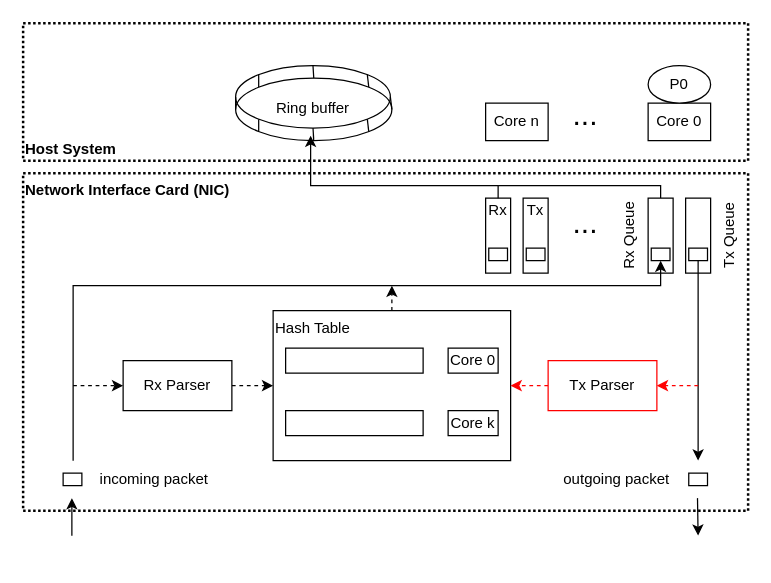
LuyaoZhong/Figures keeps this draw.io diagram as new_FD.drawio. Above is the earlier version. Source tidied: cells renumbered, new cells numbered last; positions are measured from the earlier drawing's top-left corner, leaving out a move shared by most shapes. Both pictures are drawn from the tidied source at 125%, with x=0, y=0 at pixel (22, 22).
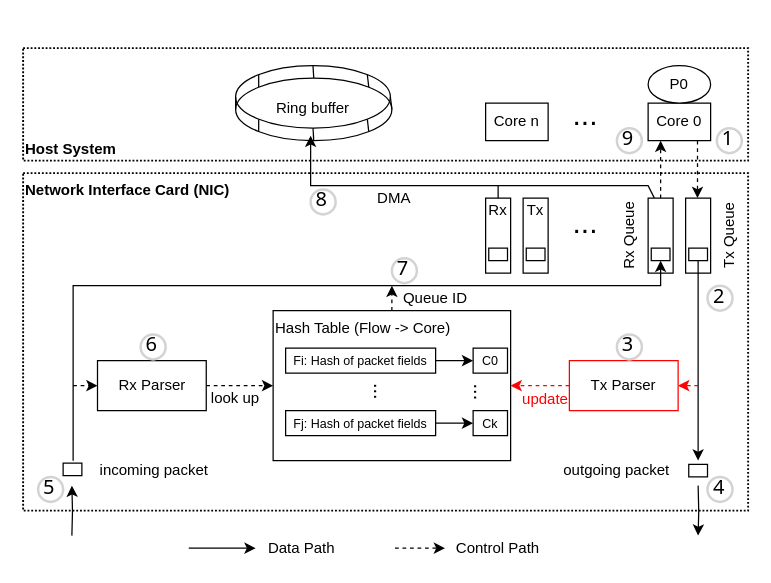
The same page after the edit.

Unchanged cells that the change refers to:
```xml
<mxCell id="8" style="rounded=0;whiteSpace=wrap;html=1;fontStyle=0;" parent="1" vertex="1">
  <mxGeometry x="500" y="140" width="20" height="60" as="geometry" />
</mxCell>
```

What changed in the source:
```diff
@@
-    <mxCell id="2" value="&lt;b&gt;Host System&lt;/b&gt;" style="rounded=0;whiteSpace=wrap;html=1;dashed=1;dashPattern=1 1;strokeWidth=2;fillColor=none;verticalAlign=bottom;align=left;" parent="1" vertex="1">
-      <mxGeometry width="580" height="110" as="geometry" />
+    <mxCell id="2" value="&lt;b&gt;Host System&lt;/b&gt;" style="rounded=0;whiteSpace=wrap;html=1;dashed=1;dashPattern=1 1;strokeWidth=1.5;fillColor=none;verticalAlign=bottom;align=left;" parent="1" vertex="1">
+      <mxGeometry y="20" width="580" height="90" as="geometry" />
     </mxCell>
-    <mxCell id="3" value="&lt;font style=&quot;font-size: 12px&quot;&gt;&lt;b&gt;Network Interface Card (NIC)&lt;/b&gt;&lt;/font&gt;" style="rounded=0;whiteSpace=wrap;html=1;fillColor=none;verticalAlign=top;dashed=1;dashPattern=1 1;strokeWidth=2;align=left;" parent="1" vertex="1">
+    <mxCell id="3" value="&lt;font style=&quot;font-size: 12px&quot;&gt;&lt;b&gt;Network Interface Card (NIC)&lt;/b&gt;&lt;/font&gt;" style="rounded=0;whiteSpace=wrap;html=1;fillColor=none;verticalAlign=top;dashed=1;dashPattern=1 1;strokeWidth=1.5;align=left;" parent="1" vertex="1">
       <mxGeometry y="120" width="580" height="270" as="geometry" />
     </mxCell>
@@
+    <mxCell id="54" style="edgeStyle=none;rounded=0;jettySize=auto;html=1;entryX=0.5;entryY=0;entryDx=0;entryDy=0;fontSize=16;fontColor=#000000;endArrow=classic;endFill=1;strokeColor=#000000;dashed=1;exitX=0.5;exitY=0;exitDx=0;exitDy=0;" parent="1" edge="1" source="8">
+      <mxGeometry relative="1" as="geometry">
+        <mxPoint x="510" y="94" as="targetPoint" />
+      </mxGeometry>
+    </mxCell>
@@
-    <mxCell id="7" style="edgeStyle=none;rounded=0;jettySize=auto;html=1;exitX=0.5;exitY=0;exitDx=0;exitDy=0;endArrow=none;endFill=0;" parent="1" edge="1" source="8">
-      <mxGeometry relative="1" as="geometry">
-        <mxPoint x="380" y="130" as="targetPoint" />
-        <Array as="points">
-          <mxPoint x="510" y="130" />
-        </Array>
-      </mxGeometry>
-    </mxCell>
+    <mxCell id="55" style="edgeStyle=none;rounded=0;jettySize=auto;html=1;exitX=0.25;exitY=0;exitDx=0;exitDy=0;fontSize=16;fontColor=#000000;endArrow=none;endFill=0;strokeColor=#000000;" parent="1" edge="1" source="8">
+      <mxGeometry relative="1" as="geometry">
+        <mxPoint x="380" y="130" as="targetPoint" />
+        <Array as="points">
+          <mxPoint x="500" y="130" />
+        </Array>
+      </mxGeometry>
+    </mxCell>
@@
-    <mxCell id="16" value="Hash Table" style="rounded=0;whiteSpace=wrap;html=1;align=left;verticalAlign=top;fontStyle=0;" parent="1" vertex="1">
+    <mxCell id="16" value="Hash Table (Flow -&amp;gt; Core)" style="rounded=0;whiteSpace=wrap;html=1;align=left;verticalAlign=top;fontStyle=0;" parent="1" vertex="1">
       <mxGeometry x="200" y="230" width="190" height="120" as="geometry" />
     </mxCell>
     <mxCell id="17" style="edgeStyle=orthogonalEdgeStyle;rounded=0;orthogonalLoop=1;jettySize=auto;html=1;" parent="1" edge="1">
       <mxGeometry relative="1" as="geometry">
-        <mxPoint x="539.5" y="380" as="sourcePoint" />
+        <mxPoint x="540" y="370" as="sourcePoint" />
         <mxPoint x="540" y="410" as="targetPoint" />
       </mxGeometry>
     </mxCell>
     <mxCell id="18" style="rounded=0;whiteSpace=wrap;html=1;" parent="1" vertex="1">
-      <mxGeometry x="532.5" y="360" width="15" height="10" as="geometry" />
+      <mxGeometry x="532.5" y="353" width="15" height="10" as="geometry" />
     </mxCell>
@@
     <mxCell id="21" value="Tx Parser" style="rounded=0;whiteSpace=wrap;html=1;strokeColor=#FF0000;fontStyle=0;perimeterSpacing=0;" parent="1" vertex="1">
-      <mxGeometry x="420" y="270" width="87" height="40" as="geometry" />
+      <mxGeometry x="437" y="270" width="87" height="40" as="geometry" />
     </mxCell>
     <mxCell id="22" style="rounded=0;whiteSpace=wrap;html=1;" parent="1" vertex="1">
-      <mxGeometry x="32" y="360" width="15" height="10" as="geometry" />
+      <mxGeometry x="32" y="352" width="15" height="10" as="geometry" />
     </mxCell>
@@
     <mxCell id="25" value="Rx Parser" style="rounded=0;whiteSpace=wrap;html=1;fontStyle=0;" parent="1" vertex="1">
-      <mxGeometry x="80" y="270" width="87" height="40" as="geometry" />
+      <mxGeometry x="59.5" y="270" width="87" height="40" as="geometry" />
     </mxCell>
@@
     <mxCell id="27" style="edgeStyle=orthogonalEdgeStyle;rounded=0;orthogonalLoop=1;jettySize=auto;html=1;" parent="1" edge="1">
       <mxGeometry relative="1" as="geometry">
         <mxPoint x="39" y="410" as="sourcePoint" />
-        <mxPoint x="39" y="380" as="targetPoint" />
+        <mxPoint x="39" y="370" as="targetPoint" />
       </mxGeometry>
     </mxCell>
@@
+    <mxCell id="56" style="edgeStyle=none;rounded=0;jettySize=auto;html=1;exitX=1;exitY=0.5;exitDx=0;exitDy=0;entryX=0;entryY=0.5;entryDx=0;entryDy=0;fontSize=10;endArrow=classic;endFill=1;" parent="1" edge="1" source="48" target="50">
+      <mxGeometry relative="1" as="geometry" />
+    </mxCell>
-    <mxCell id="48" style="rounded=0;whiteSpace=wrap;html=1;strokeWidth=1;fillColor=none;align=center;verticalAlign=middle;" parent="1" vertex="1">
-      <mxGeometry x="210" y="260" width="110" height="20" as="geometry" />
+    <mxCell id="48" value="&lt;font style=&quot;font-size: 10px&quot;&gt;Fi: Hash of packet fields&lt;/font&gt;" style="rounded=0;whiteSpace=wrap;html=1;strokeWidth=1;fillColor=none;align=center;verticalAlign=middle;" parent="1" vertex="1">
+      <mxGeometry x="210" y="260" width="120" height="20" as="geometry" />
     </mxCell>
-    <mxCell id="49" style="rounded=0;whiteSpace=wrap;html=1;strokeWidth=1;fillColor=none;align=center;verticalAlign=middle;" parent="1" vertex="1">
-      <mxGeometry x="210" y="310" width="110" height="20" as="geometry" />
-    </mxCell>
-    <mxCell id="50" value="Core 0" style="rounded=0;whiteSpace=wrap;html=1;strokeWidth=1;fillColor=none;align=center;verticalAlign=middle;" parent="1" vertex="1">
-      <mxGeometry x="340" y="260" width="40" height="20" as="geometry" />
+    <mxCell id="50" value="C0" style="rounded=0;whiteSpace=wrap;html=1;strokeWidth=1;fillColor=none;align=center;verticalAlign=middle;fontSize=10;" parent="1" vertex="1">
+      <mxGeometry x="360" y="260" width="27.5" height="20" as="geometry" />
     </mxCell>
-    <mxCell id="51" value="Core k" style="rounded=0;whiteSpace=wrap;html=1;strokeWidth=1;fillColor=none;align=center;verticalAlign=middle;" parent="1" vertex="1">
-      <mxGeometry x="340" y="310" width="40" height="20" as="geometry" />
+    <mxCell id="51" value="Ck" style="rounded=0;whiteSpace=wrap;html=1;strokeWidth=1;fillColor=none;align=center;verticalAlign=middle;fontSize=10;" parent="1" vertex="1">
+      <mxGeometry x="360" y="310" width="27.5" height="20" as="geometry" />
     </mxCell>
     <mxCell id="52" value="incoming packet" style="text;html=1;strokeColor=none;fillColor=none;align=center;verticalAlign=middle;whiteSpace=wrap;rounded=0;" parent="1" vertex="1">
-      <mxGeometry x="60" y="355" width="90" height="20" as="geometry" />
+      <mxGeometry x="60" y="348" width="90" height="20" as="geometry" />
     </mxCell>
     <mxCell id="53" value="outgoing packet" style="text;html=1;strokeColor=none;fillColor=none;align=center;verticalAlign=middle;whiteSpace=wrap;rounded=0;" parent="1" vertex="1">
-      <mxGeometry x="430" y="355" width="90" height="20" as="geometry" />
+      <mxGeometry x="430" y="348" width="90" height="20" as="geometry" />
     </mxCell>
+    <mxCell id="57" style="edgeStyle=none;rounded=0;jettySize=auto;html=1;exitX=1;exitY=0.5;exitDx=0;exitDy=0;entryX=0;entryY=0.5;entryDx=0;entryDy=0;fontSize=10;endArrow=classic;endFill=1;strokeColor=#000000;" parent="1" edge="1" source="58" target="51">
+      <mxGeometry relative="1" as="geometry" />
+    </mxCell>
+    <mxCell id="58" value="&lt;font style=&quot;font-size: 10px&quot;&gt;Fj: Hash of packet fields&lt;/font&gt;" style="rounded=0;whiteSpace=wrap;html=1;strokeWidth=1;fillColor=none;align=center;verticalAlign=middle;" parent="1" vertex="1">
+      <mxGeometry x="210" y="310" width="120" height="20" as="geometry" />
+    </mxCell>
+    <mxCell id="59" value="&lt;font style=&quot;font-size: 16px;&quot;&gt;...&lt;/font&gt;" style="text;html=1;strokeColor=none;fillColor=none;align=center;verticalAlign=middle;whiteSpace=wrap;rounded=0;rotation=90;fontSize=16;" parent="1" vertex="1">
+      <mxGeometry x="267" y="285" width="40" height="20" as="geometry" />
+    </mxCell>
+    <mxCell id="60" value="&lt;font style=&quot;font-size: 16px;&quot;&gt;...&lt;/font&gt;" style="text;html=1;strokeColor=none;fillColor=none;align=center;verticalAlign=middle;whiteSpace=wrap;rounded=0;rotation=90;fontSize=16;" parent="1" vertex="1">
+      <mxGeometry x="347.5" y="285" width="40" height="20" as="geometry" />
+    </mxCell>
+    <mxCell id="61" value="1" style="ellipse;whiteSpace=wrap;html=1;strokeWidth=2;fontFamily=Tahoma;spacingBottom=4;spacingRight=2;strokeColor=#d3d3d3;fontSize=16;fillColor=none;align=center;verticalAlign=middle;" parent="1" vertex="1">
+      <mxGeometry x="555" y="84" width="20" height="20" as="geometry" />
+    </mxCell>
+    <mxCell id="62" value="2" style="ellipse;whiteSpace=wrap;html=1;strokeWidth=2;fontFamily=Tahoma;spacingBottom=4;spacingRight=2;strokeColor=#d3d3d3;fontSize=16;fillColor=none;align=center;verticalAlign=middle;" parent="1" vertex="1">
+      <mxGeometry x="547.5" y="210" width="20" height="20" as="geometry" />
+    </mxCell>
+    <mxCell id="63" value="4" style="ellipse;whiteSpace=wrap;html=1;strokeWidth=2;fontFamily=Tahoma;spacingBottom=4;spacingRight=2;strokeColor=#d3d3d3;fontSize=16;fillColor=none;align=center;verticalAlign=middle;" parent="1" vertex="1">
+      <mxGeometry x="547.5" y="363" width="20" height="20" as="geometry" />
+    </mxCell>
+    <mxCell id="64" value="5" style="ellipse;whiteSpace=wrap;html=1;strokeWidth=2;fontFamily=Tahoma;spacingBottom=4;spacingRight=2;strokeColor=#d3d3d3;fontSize=16;fillColor=none;align=center;verticalAlign=middle;" parent="1" vertex="1">
+      <mxGeometry x="12" y="363" width="20" height="20" as="geometry" />
+    </mxCell>
+    <mxCell id="65" value="6" style="ellipse;whiteSpace=wrap;html=1;strokeWidth=2;fontFamily=Tahoma;spacingBottom=4;spacingRight=2;strokeColor=#d3d3d3;fontSize=16;fillColor=none;align=center;verticalAlign=middle;" parent="1" vertex="1">
+      <mxGeometry x="94" y="249" width="20" height="20" as="geometry" />
+    </mxCell>
+    <mxCell id="66" value="7" style="ellipse;whiteSpace=wrap;html=1;strokeWidth=2;fontFamily=Tahoma;spacingBottom=4;spacingRight=2;strokeColor=#d3d3d3;fontSize=16;fillColor=none;align=center;verticalAlign=middle;" parent="1" vertex="1">
+      <mxGeometry x="295" y="188" width="20" height="20" as="geometry" />
+    </mxCell>
+    <mxCell id="67" value="3" style="ellipse;whiteSpace=wrap;html=1;strokeWidth=2;fontFamily=Tahoma;spacingBottom=4;spacingRight=2;strokeColor=#d3d3d3;fontSize=16;fillColor=none;align=center;verticalAlign=middle;" parent="1" vertex="1">
+      <mxGeometry x="475" y="249" width="20" height="20" as="geometry" />
+    </mxCell>
+    <mxCell id="68" value="8" style="ellipse;whiteSpace=wrap;html=1;strokeWidth=2;fontFamily=Tahoma;spacingBottom=4;spacingRight=2;strokeColor=#d3d3d3;fontSize=16;fillColor=none;align=center;verticalAlign=middle;" parent="1" vertex="1">
+      <mxGeometry x="230" y="133" width="20" height="20" as="geometry" />
+    </mxCell>
+    <mxCell id="69" style="edgeStyle=orthogonalEdgeStyle;rounded=0;orthogonalLoop=1;jettySize=auto;html=1;" parent="1" edge="1">
+      <mxGeometry relative="1" as="geometry">
+        <mxPoint x="132.5" y="420" as="sourcePoint" />
+        <mxPoint x="186" y="420" as="targetPoint" />
+      </mxGeometry>
+    </mxCell>
+    <mxCell id="70" style="edgeStyle=none;rounded=0;orthogonalLoop=1;jettySize=auto;html=1;dashed=1;entryX=0;entryY=0.5;entryDx=0;entryDy=0;" parent="1" edge="1">
+      <mxGeometry relative="1" as="geometry">
+        <mxPoint x="297.5" y="420" as="sourcePoint" />
+        <mxPoint x="337.5" y="420" as="targetPoint" />
+      </mxGeometry>
+    </mxCell>
+    <mxCell id="71" value="Data Path" style="text;html=1;strokeColor=none;fillColor=none;align=center;verticalAlign=middle;whiteSpace=wrap;rounded=0;fontSize=12;" parent="1" vertex="1">
+      <mxGeometry x="182.5" y="410" width="80" height="20" as="geometry" />
+    </mxCell>
+    <mxCell id="72" value="Control Path" style="text;html=1;strokeColor=none;fillColor=none;align=center;verticalAlign=middle;whiteSpace=wrap;rounded=0;fontSize=12;" parent="1" vertex="1">
+      <mxGeometry x="340" y="410" width="80" height="20" as="geometry" />
+    </mxCell>
+    <mxCell id="73" value="look up" style="text;html=1;strokeColor=none;fillColor=none;align=center;verticalAlign=middle;whiteSpace=wrap;rounded=0;fontSize=12;" parent="1" vertex="1">
+      <mxGeometry x="140" y="290" width="60" height="20" as="geometry" />
+    </mxCell>
+    <mxCell id="74" value="update" style="text;html=1;strokeColor=none;fillColor=none;align=center;verticalAlign=middle;whiteSpace=wrap;rounded=0;fontSize=12;fontColor=#FF0000;" parent="1" vertex="1">
+      <mxGeometry x="387.5" y="291" width="60" height="20" as="geometry" />
+    </mxCell>
+    <mxCell id="75" value="Queue ID" style="text;html=1;strokeColor=none;fillColor=none;align=center;verticalAlign=middle;whiteSpace=wrap;rounded=0;fontSize=12;" parent="1" vertex="1">
+      <mxGeometry x="300" y="210" width="60" height="20" as="geometry" />
+    </mxCell>
+    <mxCell id="76" value="DMA" style="text;html=1;strokeColor=none;fillColor=none;align=center;verticalAlign=middle;whiteSpace=wrap;rounded=0;fontSize=12;" parent="1" vertex="1">
+      <mxGeometry x="267" y="130" width="60" height="20" as="geometry" />
+    </mxCell>
+    <mxCell id="77" value="9" style="ellipse;whiteSpace=wrap;html=1;strokeWidth=2;fontFamily=Tahoma;spacingBottom=4;spacingRight=2;strokeColor=#d3d3d3;fontSize=16;fillColor=none;align=center;verticalAlign=middle;" parent="1" vertex="1">
+      <mxGeometry x="475" y="84" width="20" height="20" as="geometry" />
+    </mxCell>
+    <mxCell id="78" style="edgeStyle=none;rounded=0;orthogonalLoop=1;jettySize=auto;html=1;entryX=0.5;entryY=0;entryDx=0;entryDy=0;fontSize=16;fontColor=#000000;endArrow=classic;endFill=1;strokeColor=#000000;dashed=1;exitX=0.5;exitY=0;exitDx=0;exitDy=0;" parent="1" edge="1">
+      <mxGeometry relative="1" as="geometry">
+        <mxPoint x="539.5" y="94" as="sourcePoint" />
+        <mxPoint x="539.5" y="140" as="targetPoint" />
+      </mxGeometry>
+    </mxCell>
```
